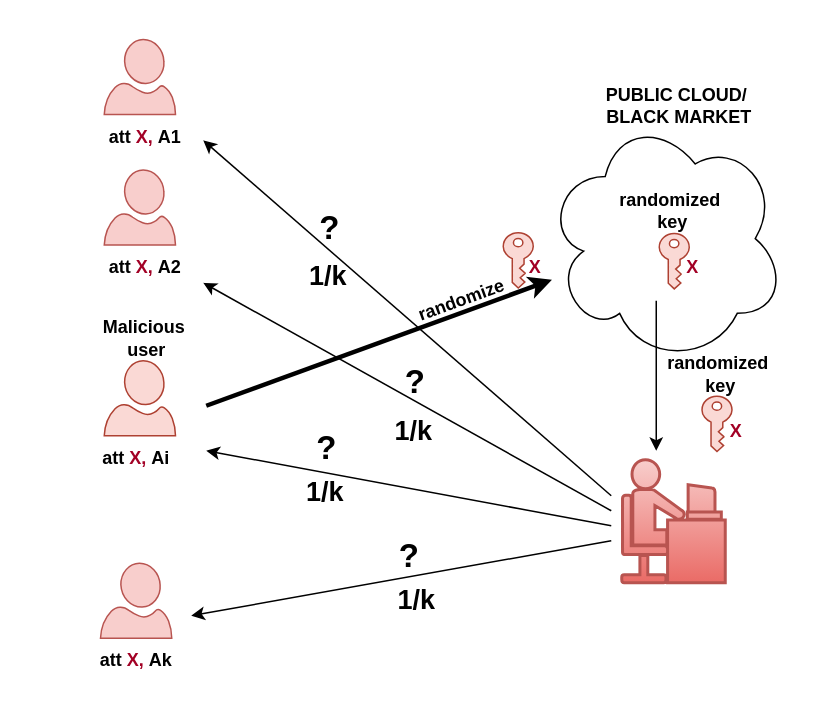
This is AKL.drawio from huyle84/diagrams, a draw.io file, before an edit. Source tidied: cells renumbered, new cells numbered last; positions are measured from the earlier drawing's top-left corner, leaving out a move shared by most shapes. Both pictures are drawn from the tidied source at 150%, with x=0, y=0 at pixel (82, 39).
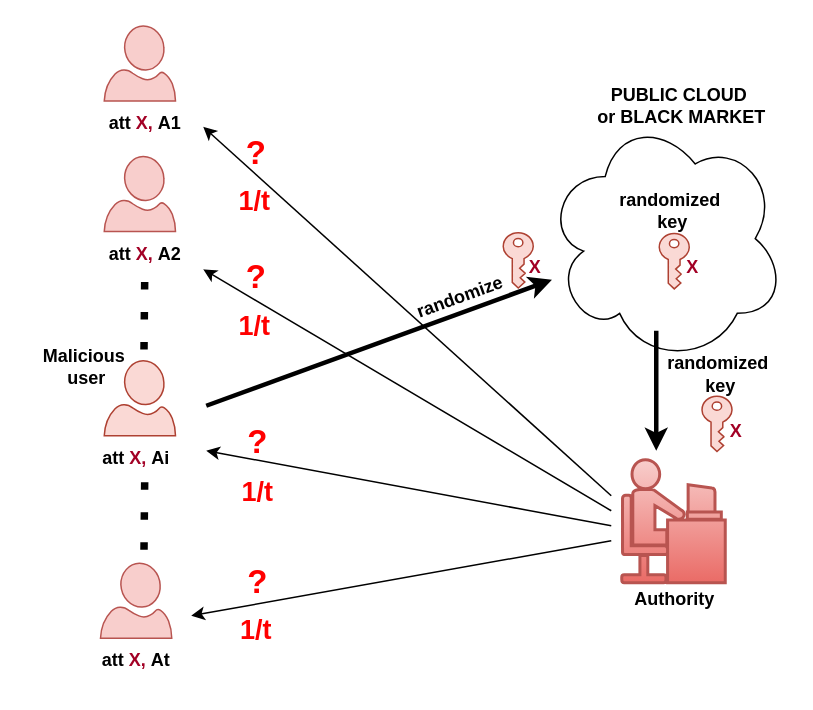
Above is the later version.

The edit, as a diff of the source:
```diff
@@
     <mxCell id="3" style="verticalLabelPosition=bottom;html=1;verticalAlign=top;align=center;strokeColor=#b85450;fillColor=#f8cecc;shape=mxgraph.azure.user;" parent="1" vertex="1">
-      <mxGeometry x="14" y="-0.1" width="47.5" height="50" as="geometry" />
+      <mxGeometry x="14" y="-9.1" width="47.5" height="50" as="geometry" />
     </mxCell>
@@
     <mxCell id="6" value="att&amp;nbsp;&lt;font color=&quot;#a20025&quot;&gt;X,&lt;/font&gt;&amp;nbsp;A1" style="text;html=1;align=center;verticalAlign=middle;points=[];strokeColor=none;fillColor=none;fontStyle=1;" parent="1" vertex="1">
-      <mxGeometry x="6" y="49.9" width="70" height="30" as="geometry" />
+      <mxGeometry x="6" y="40.9" width="70" height="30" as="geometry" />
     </mxCell>
@@
-    <mxCell id="8" value="PUBLIC CLOUD/&amp;nbsp;&lt;div&gt;BLACK MARKET&lt;/div&gt;" style="text;html=1;align=center;verticalAlign=middle;strokeColor=none;fillColor=none;fontStyle=1;" parent="1" vertex="1">
-      <mxGeometry x="337" y="23.9" width="120" height="40" as="geometry" />
+    <mxCell id="8" value="PUBLIC CLOUD&lt;div&gt;&amp;nbsp;or BLACK MARKET&lt;/div&gt;" style="text;html=1;align=center;verticalAlign=middle;strokeColor=none;fillColor=none;fontStyle=1;" parent="1" vertex="1">
+      <mxGeometry x="332" y="23.9" width="130" height="40" as="geometry" />
     </mxCell>
@@
     <mxCell id="13" value="randomize" style="text;html=1;align=center;verticalAlign=middle;strokeColor=none;fillColor=none;fontStyle=1;rotation=-20;" parent="1" vertex="1">
-      <mxGeometry x="212" y="159.1" width="80" height="30" as="geometry" />
+      <mxGeometry x="211" y="157.1" width="80" height="30" as="geometry" />
     </mxCell>
@@
-    <mxCell id="15" value="att&amp;nbsp;&lt;font color=&quot;#a20025&quot;&gt;X,&lt;/font&gt;&amp;nbsp;Ak" style="text;html=1;align=center;verticalAlign=middle;strokeColor=none;fillColor=none;fontStyle=1;" parent="1" vertex="1">
+    <mxCell id="15" value="att&amp;nbsp;&lt;font color=&quot;#a20025&quot;&gt;X,&lt;/font&gt;&amp;nbsp;At" style="text;html=1;align=center;verticalAlign=middle;strokeColor=none;fillColor=none;fontStyle=1;" parent="1" vertex="1">
       <mxGeometry x="0.2" y="399" width="70" height="30" as="geometry" />
     </mxCell>
     <mxCell id="16" value="Malicious&amp;nbsp;&lt;div&gt;&lt;div&gt;user&lt;/div&gt;&lt;/div&gt;" style="text;html=1;align=center;verticalAlign=middle;strokeColor=none;fillColor=none;fontStyle=1;" parent="1" vertex="1">
-      <mxGeometry x="2" y="178.6" width="80" height="40" as="geometry" />
+      <mxGeometry x="-38" y="197.6" width="80" height="40" as="geometry" />
     </mxCell>
     <mxCell id="17" style="verticalLabelPosition=bottom;html=1;verticalAlign=top;align=center;strokeColor=#b85450;fillColor=#f8cecc;shape=mxgraph.azure.user;" parent="1" vertex="1">
-      <mxGeometry x="14" y="86.9" width="47.5" height="50" as="geometry" />
+      <mxGeometry x="14" y="77.9" width="47.5" height="50" as="geometry" />
     </mxCell>
     <mxCell id="18" value="att&amp;nbsp;&lt;font color=&quot;#a20025&quot;&gt;X,&lt;/font&gt;&amp;nbsp;A2" style="text;html=1;align=center;verticalAlign=middle;points=[];strokeColor=none;fillColor=none;fontStyle=1;" parent="1" vertex="1">
-      <mxGeometry x="6" y="136.9" width="70" height="30" as="geometry" />
+      <mxGeometry x="6" y="127.9" width="70" height="30" as="geometry" />
     </mxCell>
@@
-    <mxCell id="21" style="endArrow=classic;html=1;rounded=0;" parent="1" edge="1">
+    <mxCell id="21" style="endArrow=classic;html=1;rounded=0;strokeWidth=3;" parent="1" edge="1">
       <mxGeometry relative="1" as="geometry">
-        <mxPoint x="382" y="174" as="sourcePoint" />
+        <mxPoint x="382" y="194" as="sourcePoint" />
         <mxPoint x="382" y="274" as="targetPoint" />
       </mxGeometry>
     </mxCell>
@@
-    <mxCell id="28" value="&lt;b&gt;&lt;font style=&quot;font-size: 22px;&quot;&gt;?&lt;/font&gt;&lt;/b&gt;" style="text;html=1;align=center;verticalAlign=middle;strokeColor=none;fillColor=none;" parent="1" vertex="1">
-      <mxGeometry x="144" y="106" width="40" height="40" as="geometry" />
+    <mxCell id="28" value="&lt;b&gt;&lt;font color=&quot;#ff0000&quot; style=&quot;font-size: 22px;&quot;&gt;?&lt;/font&gt;&lt;/b&gt;" style="text;html=1;align=center;verticalAlign=middle;strokeColor=none;fillColor=none;" parent="1" vertex="1">
+      <mxGeometry x="95" y="56" width="40" height="40" as="geometry" />
     </mxCell>
-    <mxCell id="29" value="&lt;font style=&quot;font-size: 18px;&quot;&gt;1/k&lt;/font&gt;" style="text;html=1;align=center;verticalAlign=middle;strokeColor=none;fillColor=none;fontStyle=1;" parent="1" vertex="1">
-      <mxGeometry x="138" y="143" width="50" height="30" as="geometry" />
+    <mxCell id="29" value="&lt;font color=&quot;#ff0000&quot; style=&quot;font-size: 18px;&quot;&gt;1/t&lt;/font&gt;" style="text;html=1;align=center;verticalAlign=middle;strokeColor=none;fillColor=none;fontStyle=1;" parent="1" vertex="1">
+      <mxGeometry x="94" y="93" width="40" height="30" as="geometry" />
     </mxCell>
-    <mxCell id="30" value="&lt;b&gt;&lt;font style=&quot;font-size: 22px;&quot;&gt;?&lt;/font&gt;&lt;/b&gt;" style="text;html=1;align=center;verticalAlign=middle;strokeColor=none;fillColor=none;" parent="1" vertex="1">
-      <mxGeometry x="201" y="209" width="40" height="40" as="geometry" />
-    </mxCell>
-    <mxCell id="31" value="&lt;font style=&quot;font-size: 18px;&quot;&gt;1/k&lt;/font&gt;" style="text;html=1;align=center;verticalAlign=middle;strokeColor=none;fillColor=none;fontStyle=1;" parent="1" vertex="1">
-      <mxGeometry x="195" y="246" width="50" height="30" as="geometry" />
-    </mxCell>
-    <mxCell id="32" value="&lt;b&gt;&lt;font style=&quot;font-size: 22px;&quot;&gt;?&lt;/font&gt;&lt;/b&gt;" style="text;html=1;align=center;verticalAlign=middle;strokeColor=none;fillColor=none;" parent="1" vertex="1">
-      <mxGeometry x="142" y="253" width="40" height="40" as="geometry" />
-    </mxCell>
-    <mxCell id="33" value="&lt;font style=&quot;font-size: 18px;&quot;&gt;1/k&lt;/font&gt;" style="text;html=1;align=center;verticalAlign=middle;strokeColor=none;fillColor=none;fontStyle=1;" parent="1" vertex="1">
-      <mxGeometry x="136" y="287" width="50" height="30" as="geometry" />
-    </mxCell>
-    <mxCell id="34" value="&lt;b&gt;&lt;font style=&quot;font-size: 22px;&quot;&gt;?&lt;/font&gt;&lt;/b&gt;" style="text;html=1;align=center;verticalAlign=middle;strokeColor=none;fillColor=none;" parent="1" vertex="1">
-      <mxGeometry x="197" y="325" width="40" height="40" as="geometry" />
-    </mxCell>
-    <mxCell id="35" value="&lt;font style=&quot;font-size: 18px;&quot;&gt;1/k&lt;/font&gt;" style="text;html=1;align=center;verticalAlign=middle;strokeColor=none;fillColor=none;fontStyle=1;" parent="1" vertex="1">
-      <mxGeometry x="197" y="359" width="50" height="30" as="geometry" />
-    </mxCell>
@@
+    <mxCell id="37" value="&lt;b&gt;&lt;font color=&quot;#ff0000&quot; style=&quot;font-size: 22px;&quot;&gt;?&lt;/font&gt;&lt;/b&gt;" style="text;html=1;align=center;verticalAlign=middle;strokeColor=none;fillColor=none;" parent="1" vertex="1">
+      <mxGeometry x="95" y="138.5" width="40" height="40" as="geometry" />
+    </mxCell>
+    <mxCell id="38" value="&lt;font color=&quot;#ff0000&quot; style=&quot;font-size: 18px;&quot;&gt;1/t&lt;/font&gt;" style="text;html=1;align=center;verticalAlign=middle;strokeColor=none;fillColor=none;fontStyle=1;" parent="1" vertex="1">
+      <mxGeometry x="94" y="175.5" width="40" height="30" as="geometry" />
+    </mxCell>
+    <mxCell id="39" value="&lt;b&gt;&lt;font color=&quot;#ff0000&quot; style=&quot;font-size: 22px;&quot;&gt;?&lt;/font&gt;&lt;/b&gt;" style="text;html=1;align=center;verticalAlign=middle;strokeColor=none;fillColor=none;" parent="1" vertex="1">
+      <mxGeometry x="96" y="248.5" width="40" height="40" as="geometry" />
+    </mxCell>
+    <mxCell id="40" value="&lt;font color=&quot;#ff0000&quot; style=&quot;font-size: 18px;&quot;&gt;1/t&lt;/font&gt;" style="text;html=1;align=center;verticalAlign=middle;strokeColor=none;fillColor=none;fontStyle=1;" parent="1" vertex="1">
+      <mxGeometry x="96" y="286.5" width="40" height="30" as="geometry" />
+    </mxCell>
+    <mxCell id="41" value="&lt;b&gt;&lt;font color=&quot;#ff0000&quot; style=&quot;font-size: 22px;&quot;&gt;?&lt;/font&gt;&lt;/b&gt;" style="text;html=1;align=center;verticalAlign=middle;strokeColor=none;fillColor=none;" parent="1" vertex="1">
+      <mxGeometry x="96" y="342" width="40" height="40" as="geometry" />
+    </mxCell>
+    <mxCell id="42" value="&lt;font color=&quot;#ff0000&quot; style=&quot;font-size: 18px;&quot;&gt;1/t&lt;/font&gt;" style="text;html=1;align=center;verticalAlign=middle;strokeColor=none;fillColor=none;fontStyle=1;" parent="1" vertex="1">
+      <mxGeometry x="95" y="379" width="40" height="30" as="geometry" />
+    </mxCell>
+    <mxCell id="43" value="Authority" style="text;html=1;align=center;verticalAlign=middle;strokeColor=none;fillColor=none;fontStyle=1;" parent="1" vertex="1">
+      <mxGeometry x="359" y="358" width="70" height="30" as="geometry" />
+    </mxCell>
+    <mxCell id="44" style="endArrow=none;dashed=1;html=1;dashPattern=1 3;strokeWidth=5;rounded=0;" parent="1" edge="1">
+      <mxGeometry relative="1" as="geometry">
+        <mxPoint x="40.5" y="340" as="sourcePoint" />
+        <mxPoint x="41" y="290" as="targetPoint" />
+      </mxGeometry>
+    </mxCell>
+    <mxCell id="45" style="endArrow=none;dashed=1;html=1;dashPattern=1 3;strokeWidth=5;rounded=0;" parent="1" edge="1">
+      <mxGeometry relative="1" as="geometry">
+        <mxPoint x="40.5" y="206.5" as="sourcePoint" />
+        <mxPoint x="41" y="156.5" as="targetPoint" />
+      </mxGeometry>
+    </mxCell>
```
